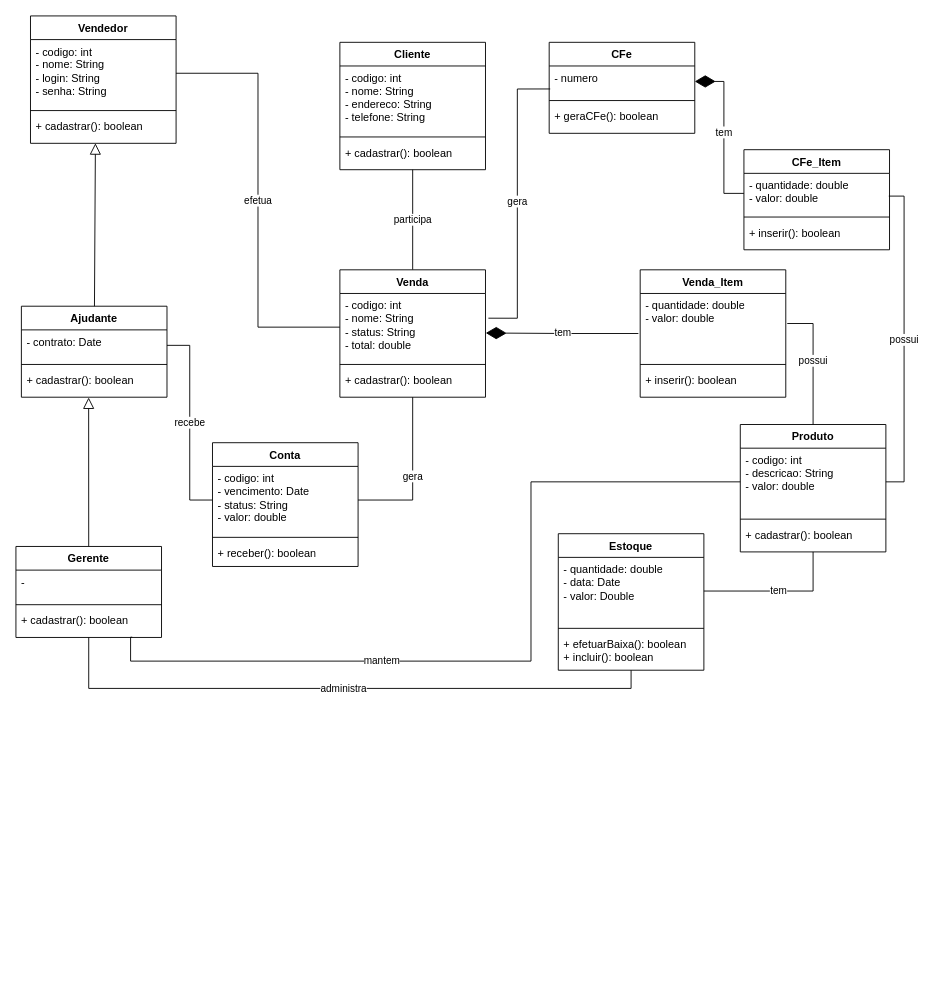
leonardosetti/FATECTq keeps this draw.io diagram as IES300/diagramas/diagramadeclasses_exemplo.drawio. Above is the earlier version. Source tidied: cells renumbered, new cells numbered last; positions are measured from the earlier drawing's top-left corner, leaving out a move shared by most shapes. Both pictures are drawn from the tidied source at 91%, with x=0, y=0 at pixel (15, 15).
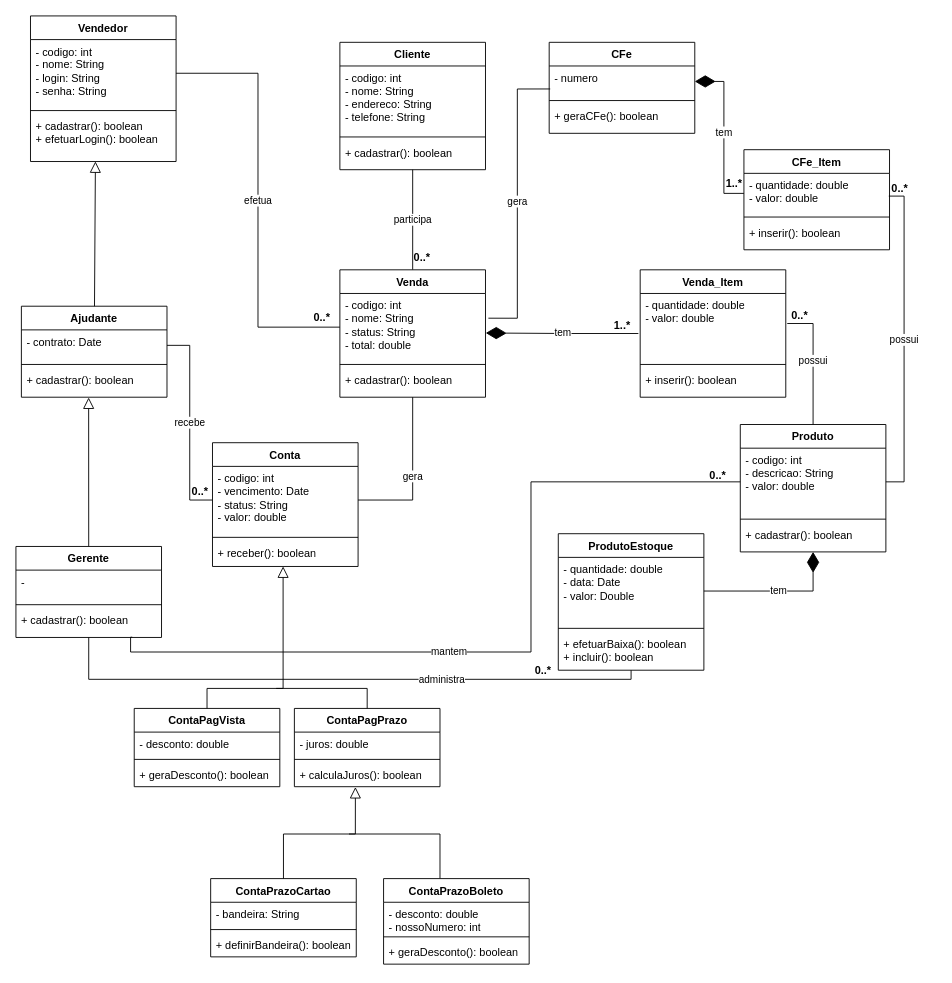
The same diagram, later.

The change refers to these unchanged cells:
```xml
<mxCell id="11" value="Produto" style="swimlane;fontStyle=1;align=center;verticalAlign=top;horizontal=1;startSize=26;whiteSpace=wrap;html=1;" parent="1" vertex="1">
  <mxGeometry x="796" y="449" width="160" height="140" as="geometry" />
</mxCell>
<mxCell id="12" value="- codigo: int&lt;br&gt;- descricao: String&lt;br&gt;- valor: double" style="text;strokeColor=none;fillColor=none;align=left;verticalAlign=top;spacingLeft=4;spacingRight=4;overflow=hidden;points=[[0,0.5],[1,0.5]];portConstraint=eastwest;whiteSpace=wrap;html=1;" parent="11" vertex="1">
  <mxGeometry y="26" width="160" height="74" as="geometry" />
</mxCell>
<mxCell id="35" value="+ receber(): boolean" style="text;strokeColor=none;fillColor=none;align=left;verticalAlign=top;spacingLeft=4;spacingRight=4;overflow=hidden;points=[[0,0.5],[1,0.5]];portConstraint=eastwest;whiteSpace=wrap;html=1;" parent="32" vertex="1">
  <mxGeometry y="108" width="160" height="28" as="geometry" />
</mxCell>
<mxCell id="42" value="+ cadastrar(): boolean" style="text;strokeColor=none;fillColor=none;align=left;verticalAlign=top;spacingLeft=4;spacingRight=4;overflow=hidden;points=[[0,0.5],[1,0.5]];portConstraint=eastwest;whiteSpace=wrap;html=1;" parent="39" vertex="1">
  <mxGeometry y="68" width="160" height="32" as="geometry" />
</mxCell>
<mxCell id="44" value="- quantidade: double&lt;br&gt;- data: Date&lt;br&gt;- valor: Double" style="text;strokeColor=none;fillColor=none;align=left;verticalAlign=top;spacingLeft=4;spacingRight=4;overflow=hidden;points=[[0,0.5],[1,0.5]];portConstraint=eastwest;whiteSpace=wrap;html=1;" parent="43" vertex="1">
  <mxGeometry y="26" width="160" height="74" as="geometry" />
</mxCell>
<mxCell id="46" value="+ efetuarBaixa(): boolean&lt;br&gt;+ incluir(): boolean" style="text;strokeColor=none;fillColor=none;align=left;verticalAlign=top;spacingLeft=4;spacingRight=4;overflow=hidden;points=[[0,0.5],[1,0.5]];portConstraint=eastwest;whiteSpace=wrap;html=1;" parent="43" vertex="1">
  <mxGeometry y="108" width="160" height="42" as="geometry" />
</mxCell>
```

Diff of the diagram source:
```diff
@@
     <mxCell id="2" value="Vendedor" style="swimlane;fontStyle=1;align=center;verticalAlign=top;horizontal=1;startSize=26;whiteSpace=wrap;html=1;" parent="1" vertex="1">
-      <mxGeometry x="16" width="160" height="140" as="geometry" />
+      <mxGeometry x="16" width="160" height="160" as="geometry" />
     </mxCell>
@@
-    <mxCell id="5" value="+ cadastrar(): boolean" style="text;strokeColor=none;fillColor=none;align=left;verticalAlign=top;spacingLeft=4;spacingRight=4;overflow=hidden;points=[[0,0.5],[1,0.5]];portConstraint=eastwest;whiteSpace=wrap;html=1;" parent="2" vertex="1">
-      <mxGeometry y="108" width="160" height="32" as="geometry" />
+    <mxCell id="5" value="+ cadastrar(): boolean&lt;br&gt;+ efetuarLogin(): boolean" style="text;strokeColor=none;fillColor=none;align=left;verticalAlign=top;spacingLeft=4;spacingRight=4;overflow=hidden;points=[[0,0.5],[1,0.5]];portConstraint=eastwest;whiteSpace=wrap;html=1;" parent="2" vertex="1">
+      <mxGeometry y="108" width="160" height="52" as="geometry" />
     </mxCell>
@@
     <mxCell id="38" value="mantem" style="edgeStyle=orthogonalEdgeStyle;rounded=0;jettySize=auto;html=1;entryX=0;entryY=0.5;entryDx=0;entryDy=0;exitX=0.799;exitY=0.992;exitDx=0;exitDy=0;exitPerimeter=0;endArrow=none;endFill=0;" parent="1" edge="1" source="42" target="12">
-      <mxGeometry x="-0.32" relative="1" as="geometry">
+      <mxGeometry x="-0.16" relative="1" as="geometry">
         <Array as="points">
           <mxPoint x="126" y="683" />
-          <mxPoint x="126" y="709" />
-          <mxPoint x="566" y="709" />
+          <mxPoint x="126" y="699" />
+          <mxPoint x="566" y="699" />
           <mxPoint x="566" y="512" />
         </Array>
       </mxGeometry>
     </mxCell>
@@
-    <mxCell id="43" value="Estoque" style="swimlane;fontStyle=1;align=center;verticalAlign=top;horizontal=1;startSize=26;whiteSpace=wrap;html=1;" parent="1" vertex="1">
+    <mxCell id="43" value="ProdutoEstoque" style="swimlane;fontStyle=1;align=center;verticalAlign=top;horizontal=1;startSize=26;whiteSpace=wrap;html=1;" parent="1" vertex="1">
       <mxGeometry x="596" y="569" width="160" height="150" as="geometry" />
     </mxCell>
@@
     <mxCell id="47" value="administra" style="edgeStyle=orthogonalEdgeStyle;rounded=0;jettySize=auto;html=1;entryX=0.5;entryY=1;entryDx=0;entryDy=0;entryPerimeter=0;endArrow=none;endFill=0;" parent="1" edge="1" source="42" target="46">
-      <mxGeometry relative="1" as="geometry">
+      <mxGeometry x="0.33" relative="1" as="geometry">
         <Array as="points">
-          <mxPoint x="80" y="739" />
-          <mxPoint x="676" y="739" />
+          <mxPoint x="80" y="729" />
+          <mxPoint x="676" y="729" />
         </Array>
       </mxGeometry>
     </mxCell>
-    <mxCell id="48" value="tem" style="edgeStyle=orthogonalEdgeStyle;rounded=0;jettySize=auto;html=1;entryX=0.5;entryY=1;entryDx=0;entryDy=0;endArrow=none;endFill=0;" parent="1" edge="1" source="44" target="11">
+    <mxCell id="48" value="tem" style="edgeStyle=orthogonalEdgeStyle;rounded=0;jettySize=auto;html=1;entryX=0.5;entryY=1;entryDx=0;entryDy=0;endArrow=diamondThin;endFill=1;endSize=20;" parent="1" edge="1" source="44" target="11">
       <mxGeometry relative="1" as="geometry" />
     </mxCell>
@@
+    <mxCell id="60" value="ContaPagVista" style="swimlane;fontStyle=1;align=center;verticalAlign=top;horizontal=1;startSize=26;whiteSpace=wrap;html=1;" parent="1" vertex="1">
+      <mxGeometry x="130" y="761" width="160" height="86" as="geometry" />
+    </mxCell>
+    <mxCell id="61" value="- desconto: double" style="text;strokeColor=none;fillColor=none;align=left;verticalAlign=top;spacingLeft=4;spacingRight=4;overflow=hidden;whiteSpace=wrap;html=1;" parent="60" vertex="1">
+      <mxGeometry y="26" width="160" height="26" as="geometry" />
+    </mxCell>
+    <mxCell id="62" style="line;strokeWidth=1;fillColor=none;align=left;verticalAlign=middle;spacingTop=-1;spacingLeft=3;spacingRight=3;labelPosition=right;strokeColor=inherit;" parent="60" vertex="1">
+      <mxGeometry y="52" width="160" height="8" as="geometry" />
+    </mxCell>
+    <mxCell id="63" value="+ geraDesconto(): boolean" style="text;strokeColor=none;fillColor=none;align=left;verticalAlign=top;spacingLeft=4;spacingRight=4;overflow=hidden;whiteSpace=wrap;html=1;" parent="60" vertex="1">
+      <mxGeometry y="60" width="160" height="26" as="geometry" />
+    </mxCell>
+    <mxCell id="64" value="ContaPagPrazo" style="swimlane;fontStyle=1;align=center;verticalAlign=top;horizontal=1;startSize=26;whiteSpace=wrap;html=1;" parent="1" vertex="1">
+      <mxGeometry x="306" y="761" width="160" height="86" as="geometry" />
+    </mxCell>
+    <mxCell id="65" value="- juros: double" style="text;strokeColor=none;fillColor=none;align=left;verticalAlign=top;spacingLeft=4;spacingRight=4;overflow=hidden;whiteSpace=wrap;html=1;" parent="64" vertex="1">
+      <mxGeometry y="26" width="160" height="26" as="geometry" />
+    </mxCell>
+    <mxCell id="66" style="line;strokeWidth=1;fillColor=none;align=left;verticalAlign=middle;spacingTop=-1;spacingLeft=3;spacingRight=3;labelPosition=right;strokeColor=inherit;" parent="64" vertex="1">
+      <mxGeometry y="52" width="160" height="8" as="geometry" />
+    </mxCell>
+    <mxCell id="67" value="+ calculaJuros(): boolean" style="text;strokeColor=none;fillColor=none;align=left;verticalAlign=top;spacingLeft=4;spacingRight=4;overflow=hidden;points=[[0,0.5],[1,0.5]];portConstraint=eastwest;whiteSpace=wrap;html=1;" parent="64" vertex="1">
+      <mxGeometry y="60" width="160" height="26" as="geometry" />
+    </mxCell>
+    <mxCell id="68" style="edgeStyle=orthogonalEdgeStyle;rounded=0;jettySize=auto;html=1;entryX=0.485;entryY=0.998;entryDx=0;entryDy=0;entryPerimeter=0;endArrow=block;endFill=0;endSize=10;" parent="1" edge="1" source="60" target="35">
+      <mxGeometry relative="1" as="geometry">
+        <Array as="points">
+          <mxPoint x="210" y="739" />
+          <mxPoint x="294" y="739" />
+        </Array>
+      </mxGeometry>
+    </mxCell>
+    <mxCell id="69" value="ContaPrazoCartao" style="swimlane;fontStyle=1;align=center;verticalAlign=top;horizontal=1;startSize=26;whiteSpace=wrap;html=1;" parent="1" vertex="1">
+      <mxGeometry x="214" y="948" width="160" height="86" as="geometry" />
+    </mxCell>
+    <mxCell id="70" value="- bandeira: String" style="text;strokeColor=none;fillColor=none;align=left;verticalAlign=top;spacingLeft=4;spacingRight=4;overflow=hidden;whiteSpace=wrap;html=1;" parent="69" vertex="1">
+      <mxGeometry y="26" width="160" height="26" as="geometry" />
+    </mxCell>
+    <mxCell id="71" style="line;strokeWidth=1;fillColor=none;align=left;verticalAlign=middle;spacingTop=-1;spacingLeft=3;spacingRight=3;labelPosition=right;strokeColor=inherit;" parent="69" vertex="1">
+      <mxGeometry y="52" width="160" height="8" as="geometry" />
+    </mxCell>
+    <mxCell id="72" value="+ definirBandeira(): boolean" style="text;strokeColor=none;fillColor=none;align=left;verticalAlign=top;spacingLeft=4;spacingRight=4;overflow=hidden;whiteSpace=wrap;html=1;" parent="69" vertex="1">
+      <mxGeometry y="60" width="160" height="26" as="geometry" />
+    </mxCell>
+    <mxCell id="73" style="edgeStyle=elbowEdgeStyle;rounded=0;jettySize=auto;html=1;endArrow=none;endFill=0;endSize=10;" parent="1" edge="1" source="74">
+      <mxGeometry relative="1" as="geometry">
+        <mxPoint x="366" y="899" as="targetPoint" />
+        <Array as="points">
+          <mxPoint x="466" y="899" />
+        </Array>
+      </mxGeometry>
+    </mxCell>
+    <mxCell id="74" value="ContaPrazoBoleto" style="swimlane;fontStyle=1;align=center;verticalAlign=top;horizontal=1;startSize=26;whiteSpace=wrap;html=1;" parent="1" vertex="1">
+      <mxGeometry x="404" y="948" width="160" height="94" as="geometry" />
+    </mxCell>
+    <mxCell id="75" value="- desconto: double&lt;br&gt;- nossoNumero: int" style="text;strokeColor=none;fillColor=none;align=left;verticalAlign=top;spacingLeft=4;spacingRight=4;overflow=hidden;whiteSpace=wrap;html=1;" parent="74" vertex="1">
+      <mxGeometry y="26" width="160" height="34" as="geometry" />
+    </mxCell>
+    <mxCell id="76" style="line;strokeWidth=1;fillColor=none;align=left;verticalAlign=middle;spacingTop=-1;spacingLeft=3;spacingRight=3;labelPosition=right;strokeColor=inherit;" parent="74" vertex="1">
+      <mxGeometry y="60" width="160" height="8" as="geometry" />
+    </mxCell>
+    <mxCell id="77" value="+ geraDesconto(): boolean" style="text;strokeColor=none;fillColor=none;align=left;verticalAlign=top;spacingLeft=4;spacingRight=4;overflow=hidden;whiteSpace=wrap;html=1;" parent="74" vertex="1">
+      <mxGeometry y="68" width="160" height="26" as="geometry" />
+    </mxCell>
+    <mxCell id="78" value="0..*" style="text;align=center;fontStyle=1;verticalAlign=middle;spacingLeft=3;spacingRight=3;strokeColor=none;html=1;" parent="1" vertex="1">
+      <mxGeometry x="296" y="319" width="80" height="26" as="geometry" />
+    </mxCell>
+    <mxCell id="79" style="edgeStyle=orthogonalEdgeStyle;rounded=0;jettySize=auto;html=1;entryX=0.419;entryY=1.014;entryDx=0;entryDy=0;entryPerimeter=0;endArrow=block;endFill=0;endSize=10;exitX=0.5;exitY=0;exitDx=0;exitDy=0;" parent="1" edge="1" source="69" target="67">
+      <mxGeometry relative="1" as="geometry">
+        <Array as="points">
+          <mxPoint x="294" y="899" />
+          <mxPoint x="373" y="899" />
+        </Array>
+      </mxGeometry>
+    </mxCell>
+    <mxCell id="80" style="edgeStyle=orthogonalEdgeStyle;rounded=0;jettySize=auto;html=1;endArrow=none;endFill=0;endSize=10;" parent="1" edge="1" source="64">
+      <mxGeometry relative="1" as="geometry">
+        <mxPoint x="286" y="739" as="targetPoint" />
+        <Array as="points">
+          <mxPoint x="386" y="739" />
+        </Array>
+      </mxGeometry>
+    </mxCell>
+    <mxCell id="81" value="0..*" style="text;align=center;fontStyle=1;verticalAlign=middle;spacingLeft=3;spacingRight=3;strokeColor=none;html=1;" parent="1" vertex="1">
+      <mxGeometry x="406" y="253" width="80" height="26" as="geometry" />
+    </mxCell>
+    <mxCell id="82" value="1..*" style="text;align=center;fontStyle=1;verticalAlign=middle;spacingLeft=3;spacingRight=3;strokeColor=none;html=1;" parent="1" vertex="1">
+      <mxGeometry x="626" y="327" width="80" height="26" as="geometry" />
+    </mxCell>
+    <mxCell id="83" value="1..*" style="text;align=center;fontStyle=1;verticalAlign=middle;spacingLeft=3;spacingRight=3;strokeColor=none;html=1;" parent="1" vertex="1">
+      <mxGeometry x="749" y="172" width="80" height="26" as="geometry" />
+    </mxCell>
+    <mxCell id="84" value="0..*" style="text;align=center;fontStyle=1;verticalAlign=middle;spacingLeft=3;spacingRight=3;strokeColor=none;html=1;" parent="1" vertex="1">
+      <mxGeometry x="821" y="317" width="80" height="26" as="geometry" />
+    </mxCell>
+    <mxCell id="85" value="0..*" style="text;align=center;fontStyle=1;verticalAlign=middle;spacingLeft=3;spacingRight=3;strokeColor=none;html=1;" parent="1" vertex="1">
+      <mxGeometry x="931" y="177" width="80" height="26" as="geometry" />
+    </mxCell>
+    <mxCell id="86" value="0..*" style="text;align=center;fontStyle=1;verticalAlign=middle;spacingLeft=3;spacingRight=3;strokeColor=none;html=1;" parent="1" vertex="1">
+      <mxGeometry x="162" y="510" width="80" height="26" as="geometry" />
+    </mxCell>
+    <mxCell id="87" value="0..*" style="text;align=center;fontStyle=1;verticalAlign=middle;spacingLeft=3;spacingRight=3;strokeColor=none;html=1;" parent="1" vertex="1">
+      <mxGeometry x="731" y="492" width="80" height="26" as="geometry" />
+    </mxCell>
+    <mxCell id="88" value="0..*" style="text;align=center;fontStyle=1;verticalAlign=middle;spacingLeft=3;spacingRight=3;strokeColor=none;html=1;" parent="1" vertex="1">
+      <mxGeometry x="539" y="707" width="80" height="26" as="geometry" />
+    </mxCell>
```
